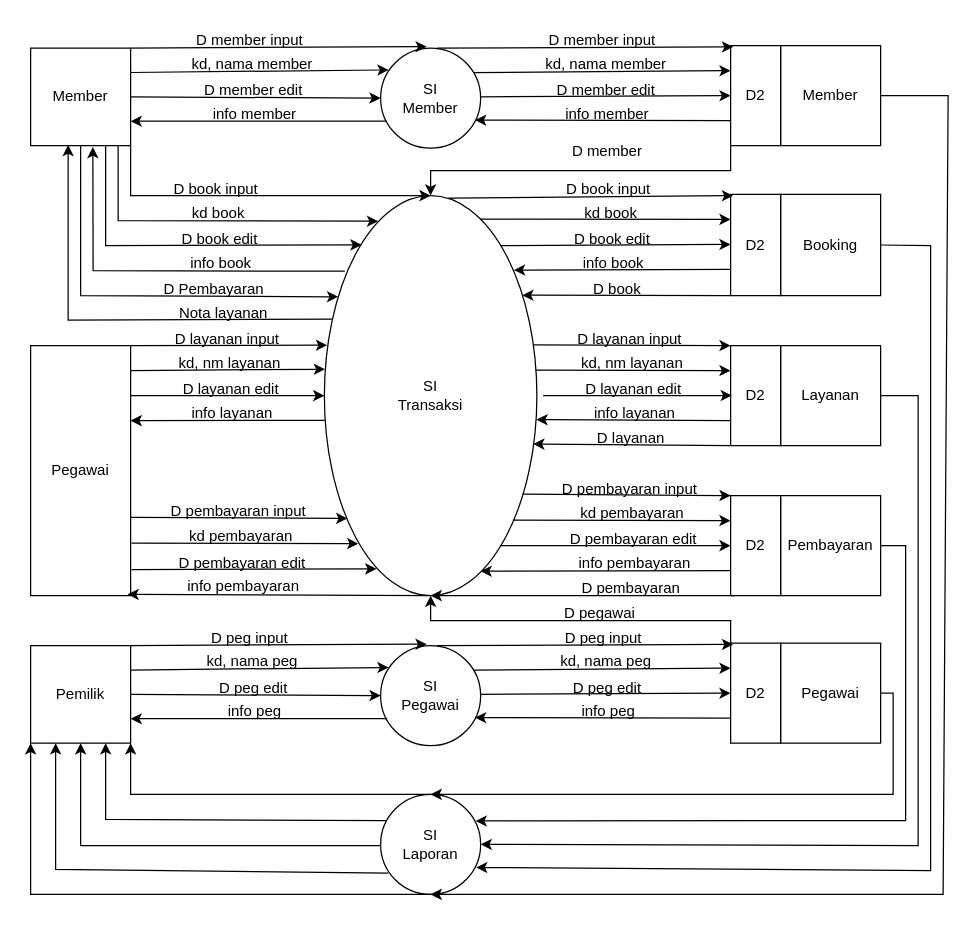
Before: page "level 0" (1 of 3) of BarbershopDFD 0.drawio in yogadwipayana/ERD, a draw.io diagram. Source tidied: cells renumbered, new cells numbered last; positions are measured from the earlier drawing's top-left corner, leaving out a move shared by most shapes. Both pictures are drawn from the tidied source at 125%, with x=0, y=0 at pixel (30, 21).
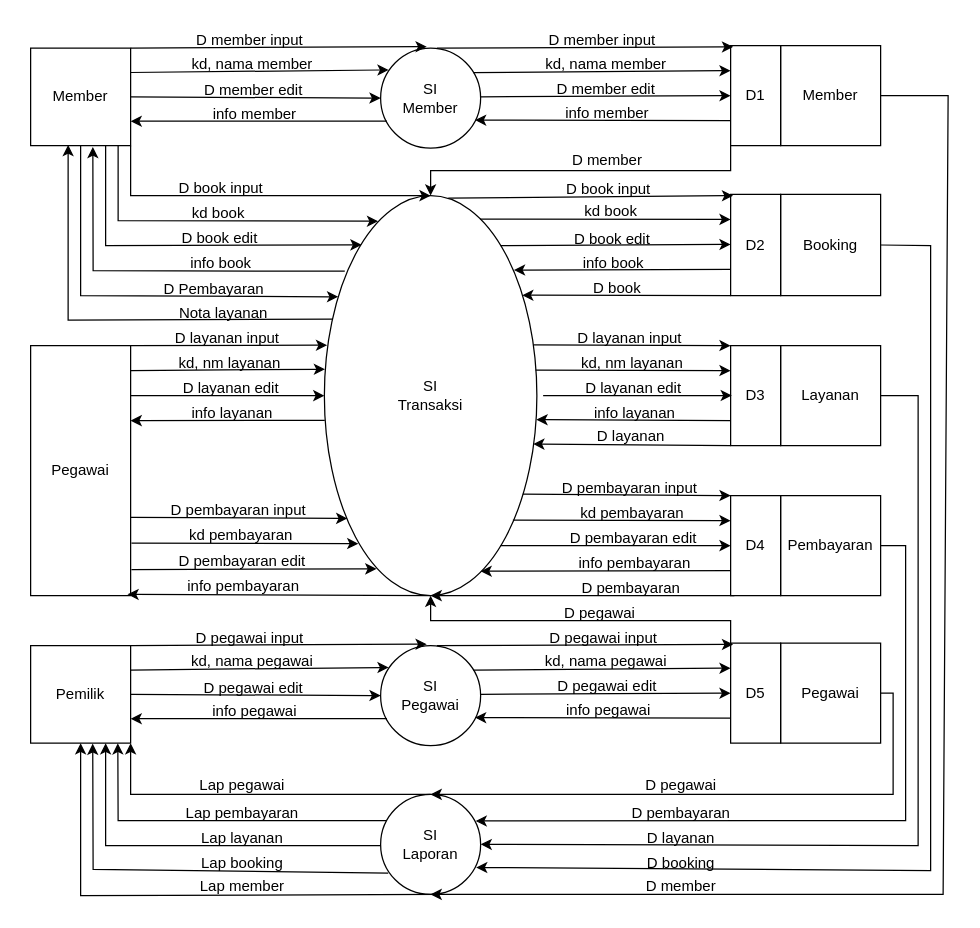
After the change.

Unchanged cells that the change refers to:
```xml
<mxCell id="14" value="SI&lt;div&gt;Laporan&lt;/div&gt;" style="ellipse;whiteSpace=wrap;html=1;" parent="1" vertex="1">
  <mxGeometry x="280" y="618" width="80" height="80" as="geometry" />
</mxCell>
<mxCell id="47" value="Pemilik" style="rounded=0;whiteSpace=wrap;html=1;" parent="1" vertex="1">
  <mxGeometry y="499" width="80" height="78" as="geometry" />
</mxCell>
```

Diff of the diagram source:
```diff
@@
-    <mxCell id="5" value="D2" style="rounded=0;whiteSpace=wrap;html=1;" parent="1" vertex="1">
+    <mxCell id="5" value="D1" style="rounded=0;whiteSpace=wrap;html=1;" parent="1" vertex="1">
       <mxGeometry x="560" y="19" width="40" height="80" as="geometry" />
     </mxCell>
@@
-    <mxCell id="9" value="D2" style="rounded=0;whiteSpace=wrap;html=1;" parent="1" vertex="1">
+    <mxCell id="9" value="D3" style="rounded=0;whiteSpace=wrap;html=1;" parent="1" vertex="1">
       <mxGeometry x="560" y="259" width="40" height="80" as="geometry" />
     </mxCell>
@@
-    <mxCell id="13" value="D2" style="rounded=0;whiteSpace=wrap;html=1;" parent="1" vertex="1">
+    <mxCell id="13" value="D4" style="rounded=0;whiteSpace=wrap;html=1;" parent="1" vertex="1">
       <mxGeometry x="560" y="379" width="40" height="80" as="geometry" />
     </mxCell>
@@
     <mxCell id="29" value="D member edit" style="text;html=1;align=center;verticalAlign=middle;strokeColor=none;fillColor=none;" parent="1" vertex="1">
-      <mxGeometry x="410" y="40" width="100" height="30" as="geometry" />
+      <mxGeometry x="410" y="39" width="100" height="30" as="geometry" />
     </mxCell>
     <mxCell id="30" value="info member" style="text;html=1;align=center;verticalAlign=middle;strokeColor=none;fillColor=none;" parent="1" vertex="1">
-      <mxGeometry x="416" y="59" width="90" height="30" as="geometry" />
+      <mxGeometry x="416" y="58" width="90" height="30" as="geometry" />
     </mxCell>
@@
     <mxCell id="35" value="D book input" style="text;html=1;align=center;verticalAlign=middle;strokeColor=none;fillColor=none;" parent="1" vertex="1">
-      <mxGeometry x="103" y="119" width="90" height="30" as="geometry" />
+      <mxGeometry x="107" y="118" width="90" height="30" as="geometry" />
     </mxCell>
@@
     <mxCell id="37" value="D book edit" style="text;html=1;align=center;verticalAlign=middle;strokeColor=none;fillColor=none;" parent="1" vertex="1">
-      <mxGeometry x="111" y="159" width="80" height="30" as="geometry" />
+      <mxGeometry x="111" y="158" width="80" height="30" as="geometry" />
     </mxCell>
@@
     <mxCell id="44" value="kd book" style="text;html=1;align=center;verticalAlign=middle;strokeColor=none;fillColor=none;" parent="1" vertex="1">
-      <mxGeometry x="429" y="138" width="70" height="30" as="geometry" />
+      <mxGeometry x="429" y="137" width="70" height="30" as="geometry" />
     </mxCell>
@@
-    <mxCell id="50" value="D2" style="rounded=0;whiteSpace=wrap;html=1;" parent="1" vertex="1">
+    <mxCell id="50" value="D5" style="rounded=0;whiteSpace=wrap;html=1;" parent="1" vertex="1">
       <mxGeometry x="560" y="497" width="40" height="80" as="geometry" />
     </mxCell>
@@
-    <mxCell id="55" value="D peg input" style="text;html=1;align=center;verticalAlign=middle;strokeColor=none;fillColor=none;" parent="1" vertex="1">
-      <mxGeometry x="135" y="478" width="80" height="30" as="geometry" />
+    <mxCell id="55" value="D pegawai input" style="text;html=1;align=center;verticalAlign=middle;strokeColor=none;fillColor=none;" parent="1" vertex="1">
+      <mxGeometry x="120" y="478" width="110" height="30" as="geometry" />
     </mxCell>
-    <mxCell id="56" value="kd, nama peg" style="text;html=1;align=center;verticalAlign=middle;strokeColor=none;fillColor=none;" parent="1" vertex="1">
-      <mxGeometry x="127" y="497" width="100" height="30" as="geometry" />
+    <mxCell id="56" value="kd, nama pegawai" style="text;html=1;align=center;verticalAlign=middle;strokeColor=none;fillColor=none;" parent="1" vertex="1">
+      <mxGeometry x="117" y="497" width="120" height="30" as="geometry" />
     </mxCell>
-    <mxCell id="57" value="D peg edit" style="text;html=1;align=center;verticalAlign=middle;strokeColor=none;fillColor=none;" parent="1" vertex="1">
-      <mxGeometry x="138" y="518" width="80" height="30" as="geometry" />
+    <mxCell id="57" value="D pegawai edit" style="text;html=1;align=center;verticalAlign=middle;strokeColor=none;fillColor=none;" parent="1" vertex="1">
+      <mxGeometry x="128" y="518" width="100" height="30" as="geometry" />
     </mxCell>
-    <mxCell id="58" value="info peg" style="text;html=1;align=center;verticalAlign=middle;strokeColor=none;fillColor=none;" parent="1" vertex="1">
-      <mxGeometry x="144" y="537" width="70" height="30" as="geometry" />
+    <mxCell id="58" value="info pegawai" style="text;html=1;align=center;verticalAlign=middle;strokeColor=none;fillColor=none;" parent="1" vertex="1">
+      <mxGeometry x="134" y="537" width="90" height="30" as="geometry" />
     </mxCell>
@@
-    <mxCell id="63" value="D peg input" style="text;html=1;align=center;verticalAlign=middle;strokeColor=none;fillColor=none;" parent="1" vertex="1">
-      <mxGeometry x="418" y="478" width="80" height="30" as="geometry" />
+    <mxCell id="63" value="D pegawai input" style="text;html=1;align=center;verticalAlign=middle;strokeColor=none;fillColor=none;" parent="1" vertex="1">
+      <mxGeometry x="403" y="478" width="110" height="30" as="geometry" />
     </mxCell>
-    <mxCell id="64" value="kd, nama peg" style="text;html=1;align=center;verticalAlign=middle;strokeColor=none;fillColor=none;" parent="1" vertex="1">
-      <mxGeometry x="410" y="497" width="100" height="30" as="geometry" />
+    <mxCell id="64" value="kd, nama pegawai" style="text;html=1;align=center;verticalAlign=middle;strokeColor=none;fillColor=none;" parent="1" vertex="1">
+      <mxGeometry x="400" y="497" width="120" height="30" as="geometry" />
     </mxCell>
-    <mxCell id="65" value="D peg edit" style="text;html=1;align=center;verticalAlign=middle;strokeColor=none;fillColor=none;" parent="1" vertex="1">
-      <mxGeometry x="421" y="518" width="80" height="30" as="geometry" />
+    <mxCell id="65" value="D pegawai edit" style="text;html=1;align=center;verticalAlign=middle;strokeColor=none;fillColor=none;" parent="1" vertex="1">
+      <mxGeometry x="411" y="517" width="100" height="30" as="geometry" />
     </mxCell>
-    <mxCell id="66" value="info peg" style="text;html=1;align=center;verticalAlign=middle;strokeColor=none;fillColor=none;" parent="1" vertex="1">
-      <mxGeometry x="427" y="537" width="70" height="30" as="geometry" />
+    <mxCell id="66" value="info pegawai" style="text;html=1;align=center;verticalAlign=middle;strokeColor=none;fillColor=none;" parent="1" vertex="1">
+      <mxGeometry x="417" y="536" width="90" height="30" as="geometry" />
     </mxCell>
@@
     <mxCell id="71" value="D member" style="text;html=1;align=center;verticalAlign=middle;strokeColor=none;fillColor=none;" parent="1" vertex="1">
-      <mxGeometry x="421" y="89" width="80" height="30" as="geometry" />
+      <mxGeometry x="421" y="96" width="80" height="30" as="geometry" />
     </mxCell>
@@
     <mxCell id="73" value="D book" style="text;html=1;align=center;verticalAlign=middle;strokeColor=none;fillColor=none;" parent="1" vertex="1">
-      <mxGeometry x="439" y="199" width="60" height="30" as="geometry" />
+      <mxGeometry x="439" y="198" width="60" height="30" as="geometry" />
     </mxCell>
     <mxCell id="74" value="D layanan input" style="text;html=1;align=center;verticalAlign=middle;strokeColor=none;fillColor=none;" parent="1" vertex="1">
-      <mxGeometry x="424" y="239" width="110" height="30" as="geometry" />
+      <mxGeometry x="424" y="238" width="110" height="30" as="geometry" />
     </mxCell>
@@
     <mxCell id="76" value="D layanan edit" style="text;html=1;align=center;verticalAlign=middle;strokeColor=none;fillColor=none;" parent="1" vertex="1">
-      <mxGeometry x="432" y="279" width="100" height="30" as="geometry" />
+      <mxGeometry x="432" y="278" width="100" height="30" as="geometry" />
     </mxCell>
@@
     <mxCell id="78" value="D layanan" style="text;html=1;align=center;verticalAlign=middle;strokeColor=none;fillColor=none;" parent="1" vertex="1">
-      <mxGeometry x="440" y="318" width="80" height="30" as="geometry" />
+      <mxGeometry x="440" y="317" width="80" height="30" as="geometry" />
     </mxCell>
@@
     <mxCell id="84" value="D pembayaran input" style="text;html=1;align=center;verticalAlign=middle;strokeColor=none;fillColor=none;" parent="1" vertex="1">
-      <mxGeometry x="414" y="359" width="130" height="30" as="geometry" />
+      <mxGeometry x="414" y="358" width="130" height="30" as="geometry" />
     </mxCell>
@@
     <mxCell id="86" value="D pembayaran edit" style="text;html=1;align=center;verticalAlign=middle;strokeColor=none;fillColor=none;" parent="1" vertex="1">
-      <mxGeometry x="422" y="399" width="120" height="30" as="geometry" />
+      <mxGeometry x="422" y="398" width="120" height="30" as="geometry" />
     </mxCell>
@@
     <mxCell id="102" value="D layanan input" style="text;html=1;align=center;verticalAlign=middle;strokeColor=none;fillColor=none;" parent="1" vertex="1">
-      <mxGeometry x="102" y="239" width="110" height="30" as="geometry" />
+      <mxGeometry x="102" y="238" width="110" height="30" as="geometry" />
     </mxCell>
@@
     <mxCell id="104" value="D layanan edit" style="text;html=1;align=center;verticalAlign=middle;strokeColor=none;fillColor=none;" parent="1" vertex="1">
-      <mxGeometry x="110" y="279" width="100" height="30" as="geometry" />
+      <mxGeometry x="110" y="278" width="100" height="30" as="geometry" />
     </mxCell>
@@
     <mxCell id="106" value="D pembayaran input" style="text;html=1;align=center;verticalAlign=middle;strokeColor=none;fillColor=none;" parent="1" vertex="1">
-      <mxGeometry x="100.5" y="377" width="130" height="30" as="geometry" />
+      <mxGeometry x="100.5" y="376" width="130" height="30" as="geometry" />
     </mxCell>
     <mxCell id="107" value="kd pembayaran" style="text;html=1;align=center;verticalAlign=middle;strokeColor=none;fillColor=none;" parent="1" vertex="1">
-      <mxGeometry x="112.5" y="397" width="110" height="30" as="geometry" />
+      <mxGeometry x="112.5" y="396" width="110" height="30" as="geometry" />
     </mxCell>
     <mxCell id="108" value="D pembayaran edit" style="text;html=1;align=center;verticalAlign=middle;strokeColor=none;fillColor=none;" parent="1" vertex="1">
-      <mxGeometry x="108.5" y="418" width="120" height="30" as="geometry" />
+      <mxGeometry x="108.5" y="417" width="120" height="30" as="geometry" />
     </mxCell>
@@
-    <mxCell id="118" style="endArrow=classic;html=1;rounded=0;entryX=0.75;entryY=1;entryDx=0;entryDy=0;exitX=0.06;exitY=0.263;exitDx=0;exitDy=0;exitPerimeter=0;" parent="1" edge="1" source="14" target="47">
+    <mxCell id="118" style="endArrow=classic;html=1;rounded=0;entryX=0.872;entryY=1.002;entryDx=0;entryDy=0;exitX=0.06;exitY=0.263;exitDx=0;exitDy=0;exitPerimeter=0;entryPerimeter=0;" parent="1" edge="1" source="14" target="47">
       <mxGeometry relative="1" as="geometry">
         <Array as="points">
-          <mxPoint x="60" y="638" />
+          <mxPoint x="70" y="639" />
         </Array>
       </mxGeometry>
     </mxCell>
-    <mxCell id="119" style="endArrow=classic;html=1;rounded=0;entryX=0.5;entryY=1;entryDx=0;entryDy=0;" parent="1" edge="1" target="47">
+    <mxCell id="119" style="endArrow=classic;html=1;rounded=0;entryX=0.75;entryY=1;entryDx=0;entryDy=0;" parent="1" edge="1" target="47">
       <mxGeometry relative="1" as="geometry">
         <mxPoint x="280" y="659" as="sourcePoint" />
         <Array as="points">
-          <mxPoint x="40" y="659" />
+          <mxPoint x="60" y="659" />
         </Array>
       </mxGeometry>
     </mxCell>
-    <mxCell id="120" style="endArrow=classic;html=1;rounded=0;entryX=0.25;entryY=1;entryDx=0;entryDy=0;exitX=0.5;exitY=0;exitDx=0;exitDy=0;" parent="1" edge="1" target="47">
+    <mxCell id="120" style="endArrow=classic;html=1;rounded=0;entryX=0.621;entryY=1.005;entryDx=0;entryDy=0;exitX=0.5;exitY=0;exitDx=0;exitDy=0;entryPerimeter=0;" parent="1" edge="1" target="47">
       <mxGeometry relative="1" as="geometry">
         <mxPoint x="286.1" y="681" as="sourcePoint" />
         <Array as="points">
-          <mxPoint x="20" y="678" />
+          <mxPoint x="50" y="678" />
         </Array>
       </mxGeometry>
     </mxCell>
-    <mxCell id="121" style="endArrow=classic;html=1;rounded=0;entryX=0;entryY=1;entryDx=0;entryDy=0;exitX=0.5;exitY=0;exitDx=0;exitDy=0;" parent="1" edge="1" target="47">
+    <mxCell id="121" style="endArrow=classic;html=1;rounded=0;entryX=0.5;entryY=1;entryDx=0;entryDy=0;exitX=0.5;exitY=0;exitDx=0;exitDy=0;" parent="1" edge="1" target="47">
       <mxGeometry relative="1" as="geometry">
         <mxPoint x="326.1" y="698" as="sourcePoint" />
         <Array as="points">
-          <mxPoint y="698" />
+          <mxPoint x="40" y="699" />
         </Array>
       </mxGeometry>
     </mxCell>
@@
+    <mxCell id="123" value="D pegawai" style="text;html=1;align=center;verticalAlign=middle;strokeColor=none;fillColor=none;" parent="1" vertex="1">
+      <mxGeometry x="480" y="596" width="80" height="30" as="geometry" />
+    </mxCell>
+    <mxCell id="124" value="D pembayaran" style="text;html=1;align=center;verticalAlign=middle;strokeColor=none;fillColor=none;" parent="1" vertex="1">
+      <mxGeometry x="470" y="618" width="100" height="30" as="geometry" />
+    </mxCell>
+    <mxCell id="125" value="D layanan" style="text;html=1;align=center;verticalAlign=middle;strokeColor=none;fillColor=none;" parent="1" vertex="1">
+      <mxGeometry x="480" y="638" width="80" height="30" as="geometry" />
+    </mxCell>
+    <mxCell id="126" value="D booking" style="text;html=1;align=center;verticalAlign=middle;strokeColor=none;fillColor=none;" parent="1" vertex="1">
+      <mxGeometry x="480" y="658" width="80" height="30" as="geometry" />
+    </mxCell>
+    <mxCell id="127" value="D member" style="text;html=1;align=center;verticalAlign=middle;strokeColor=none;fillColor=none;" parent="1" vertex="1">
+      <mxGeometry x="480" y="677" width="80" height="30" as="geometry" />
+    </mxCell>
+    <mxCell id="128" value="Lap pegawai" style="text;html=1;align=center;verticalAlign=middle;strokeColor=none;fillColor=none;" parent="1" vertex="1">
+      <mxGeometry x="123.5" y="596" width="90" height="30" as="geometry" />
+    </mxCell>
+    <mxCell id="129" value="Lap pembayaran" style="text;html=1;align=center;verticalAlign=middle;strokeColor=none;fillColor=none;" parent="1" vertex="1">
+      <mxGeometry x="113.5" y="618" width="110" height="30" as="geometry" />
+    </mxCell>
+    <mxCell id="130" value="Lap layanan" style="text;html=1;align=center;verticalAlign=middle;strokeColor=none;fillColor=none;" parent="1" vertex="1">
+      <mxGeometry x="123.5" y="638" width="90" height="30" as="geometry" />
+    </mxCell>
+    <mxCell id="131" value="Lap booking" style="text;html=1;align=center;verticalAlign=middle;strokeColor=none;fillColor=none;" parent="1" vertex="1">
+      <mxGeometry x="123.5" y="658" width="90" height="30" as="geometry" />
+    </mxCell>
+    <mxCell id="132" value="Lap member" style="text;html=1;align=center;verticalAlign=middle;strokeColor=none;fillColor=none;" parent="1" vertex="1">
+      <mxGeometry x="123.5" y="677" width="90" height="30" as="geometry" />
+    </mxCell>
```
